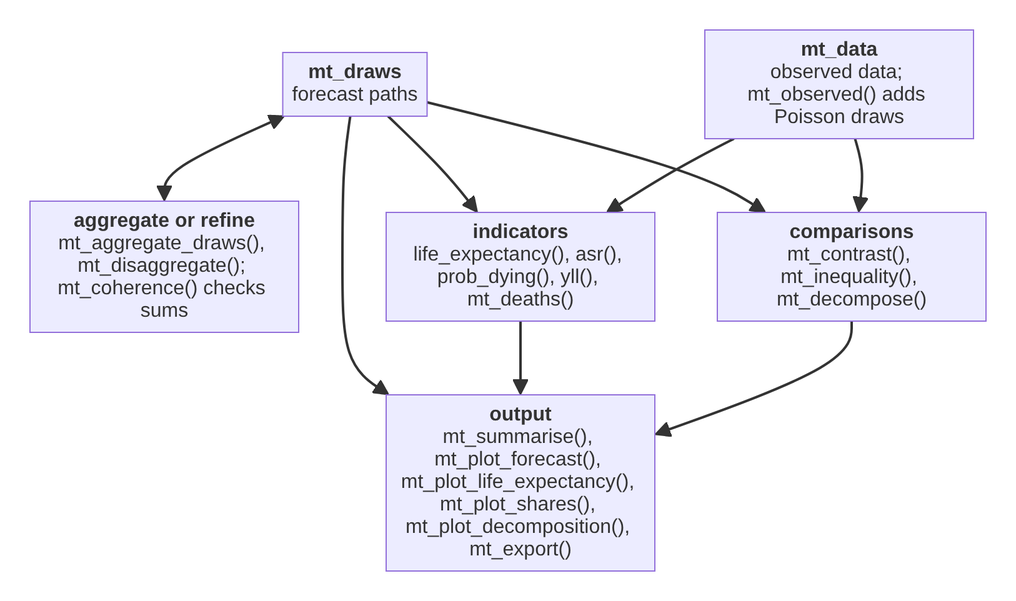
Earlier version of the Mermaid export vignettes/articles/function-map-results.png (kalleEF/mortensor). Its source is kept beside it as dev/diagrams/function-map-results.mmd. The source it was exported from:
```mermaid
flowchart TD
  P["`**mt_draws**
  forecast paths`"]
  O["`**mt_data**
  observed data; mt_observed() adds Poisson draws`"]
  AGG["`**aggregate or refine**
  mt_aggregate_draws(), mt_disaggregate(); mt_coherence() checks sums`"]
  IND["`**indicators**
  life_expectancy(), asr(), prob_dying(), yll(), mt_deaths()`"]
  COMP["`**comparisons**
  mt_contrast(), mt_inequality(), mt_decompose()`"]
  OUT["`**output**
  mt_summarise(), mt_plot_forecast(), mt_plot_life_expectancy(), mt_plot_shares(), mt_plot_decomposition(), mt_export()`"]
  P <--> AGG
  P --> IND
  O --> IND
  P --> COMP
  O --> COMP
  P --> OUT
  IND --> OUT
  COMP --> OUT
```
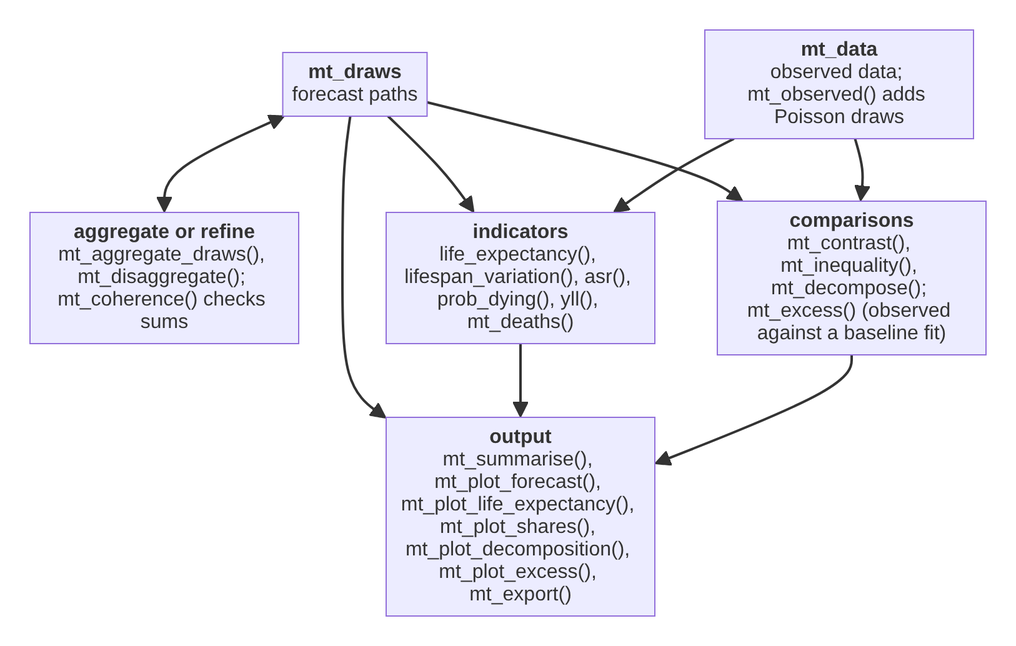
The same diagram one commit later.

Diff of the diagram source:
```diff
@@ -6,11 +6,11 @@
   AGG["`**aggregate or refine**
   mt_aggregate_draws(), mt_disaggregate(); mt_coherence() checks sums`"]
   IND["`**indicators**
-  life_expectancy(), asr(), prob_dying(), yll(), mt_deaths()`"]
+  life_expectancy(), lifespan_variation(), asr(), prob_dying(), yll(), mt_deaths()`"]
   COMP["`**comparisons**
-  mt_contrast(), mt_inequality(), mt_decompose()`"]
+  mt_contrast(), mt_inequality(), mt_decompose(); mt_excess() (observed against a baseline fit)`"]
   OUT["`**output**
-  mt_summarise(), mt_plot_forecast(), mt_plot_life_expectancy(), mt_plot_shares(), mt_plot_decomposition(), mt_export()`"]
+  mt_summarise(), mt_plot_forecast(), mt_plot_life_expectancy(), mt_plot_shares(), mt_plot_decomposition(), mt_plot_excess(), mt_export()`"]
   P <--> AGG
   P --> IND
   O --> IND
```
